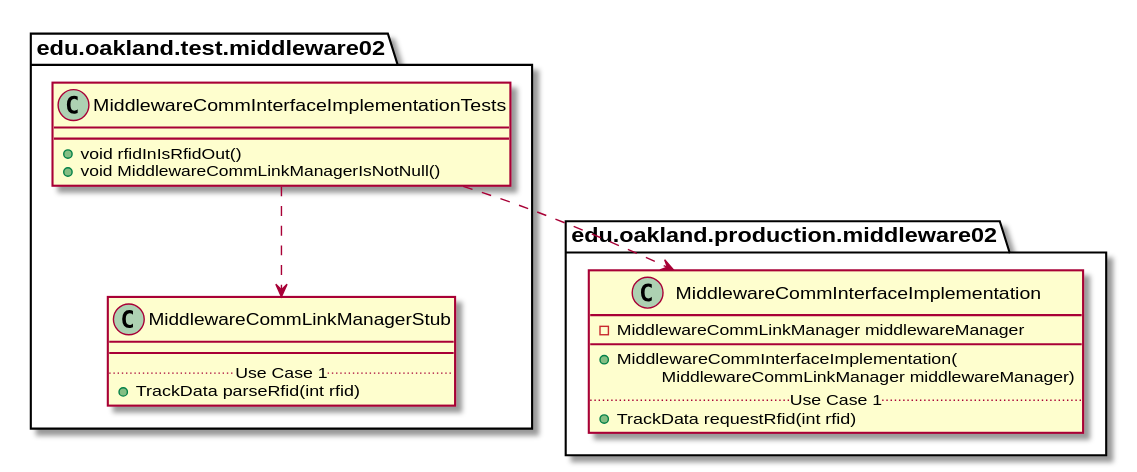
andrewdimmer/csi-3370-software-project keeps this PlantUML diagram as docs/uml-class-diagrams/middleware02/test/MiddlewareCommInterfaceImplementationTests/MiddlewareCommInterfaceImplementationTests_DirectDependencies.svg. Above is the earlier version.
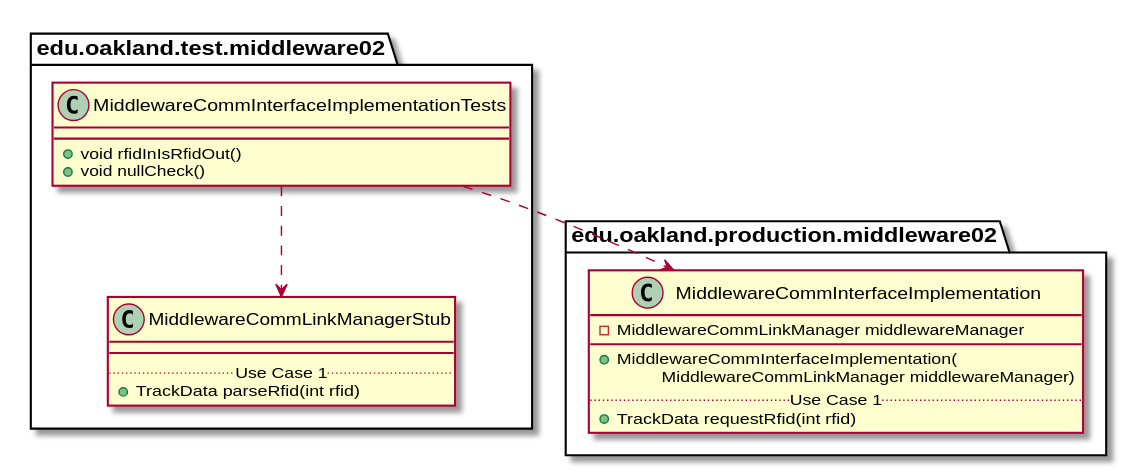
The same diagram one commit later.

Change to the diagram source:
```diff
@@ -4,7 +4,7 @@
 package edu.oakland.test.middleware02 {
     class MiddlewareCommInterfaceImplementationTests {
         + void rfidInIsRfidOut()
-        + void MiddlewareCommLinkManagerIsNotNull()
+        + void nullCheck()
     }
 }
 
```
